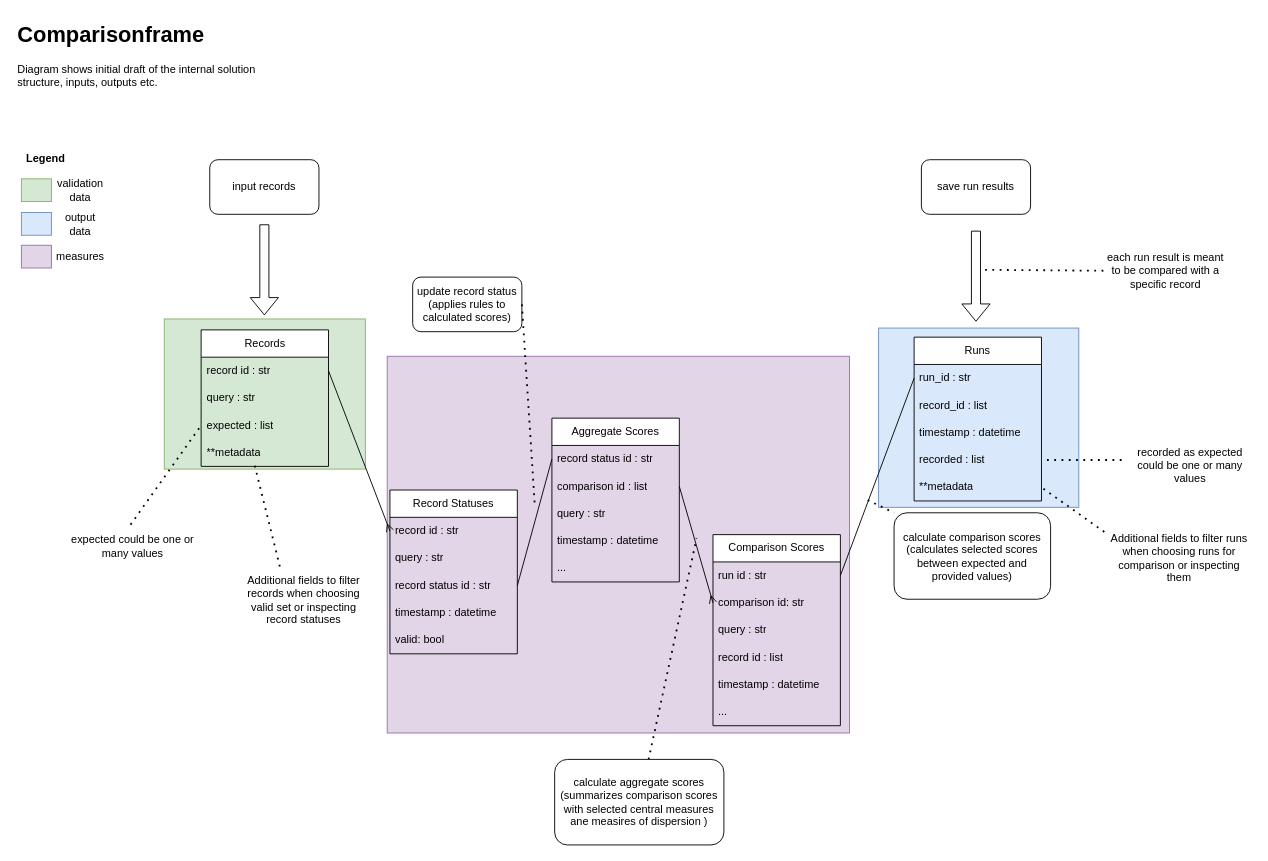
This is drawio/comparisonframe.drawio from Kiril-Mordan/reusables, a draw.io file, before an edit. Source tidied: cells renumbered, new cells numbered last; positions are measured from the earlier drawing's top-left corner, leaving out a move shared by most shapes. Both pictures are drawn from the tidied source at 91%, with x=0, y=0 at pixel (15, 15).
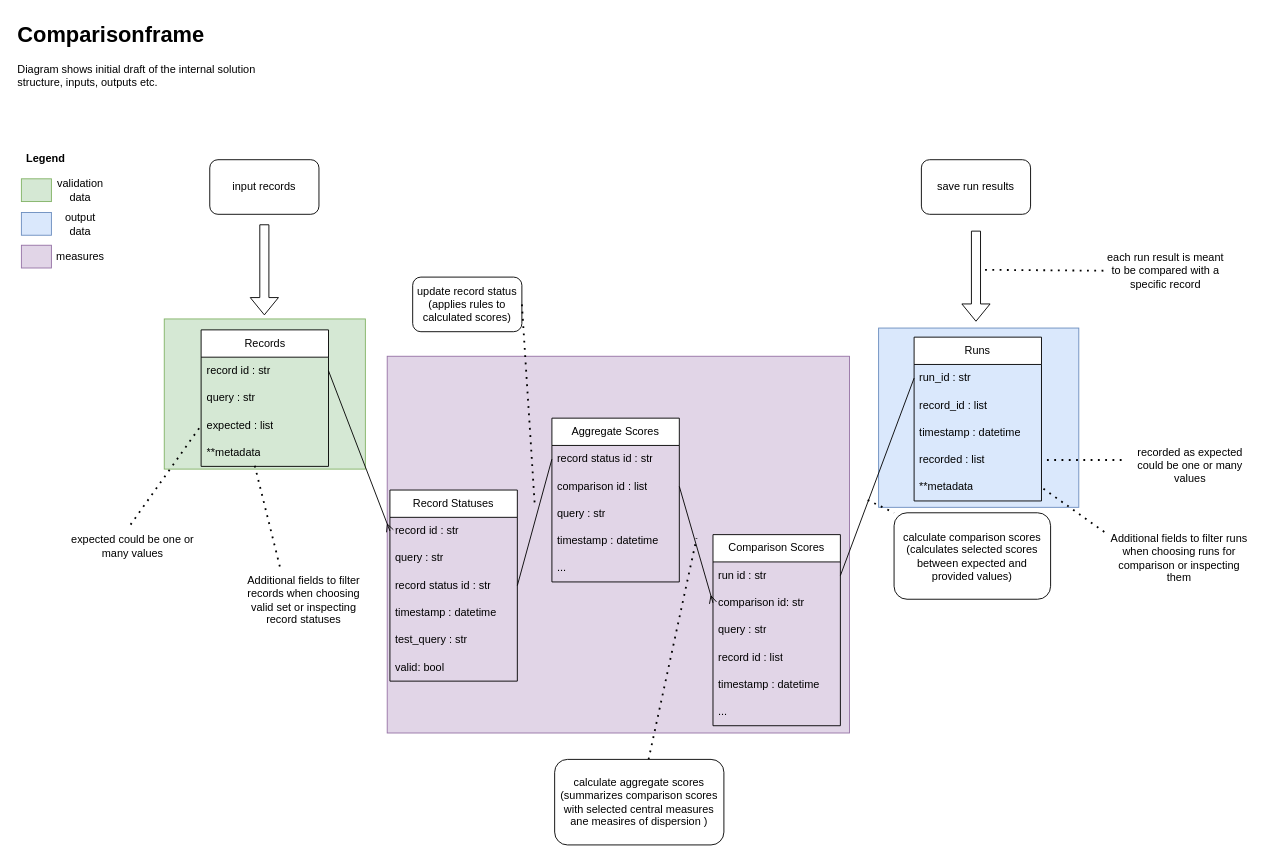
After the change.

Commit message (it also covers changes not shown here):
[comparisonframe] revised version implemeted based on diagram

The edit, as a diff of the source:
```diff
@@
     <mxCell id="29" value="Record Statuses" style="swimlane;fontStyle=0;horizontal=1;startSize=30;whiteSpace=wrap;html=1;" parent="1" vertex="1">
-      <mxGeometry x="411" y="521" width="140" height="180" as="geometry" />
+      <mxGeometry x="411" y="521" width="140" height="210" as="geometry" />
     </mxCell>
@@
+    <mxCell id="67" value="test_query : str" style="text;strokeColor=none;fillColor=none;align=left;verticalAlign=middle;spacingLeft=4;spacingRight=4;overflow=hidden;whiteSpace=wrap;html=1;" parent="29" vertex="1">
+      <mxGeometry y="150" width="140" height="30" as="geometry" />
+    </mxCell>
     <mxCell id="34" value="valid: bool" style="text;strokeColor=none;fillColor=none;align=left;verticalAlign=middle;spacingLeft=4;spacingRight=4;overflow=hidden;whiteSpace=wrap;html=1;" parent="29" vertex="1">
-      <mxGeometry y="150" width="140" height="30" as="geometry" />
+      <mxGeometry y="180" width="140" height="30" as="geometry" />
     </mxCell>
```
